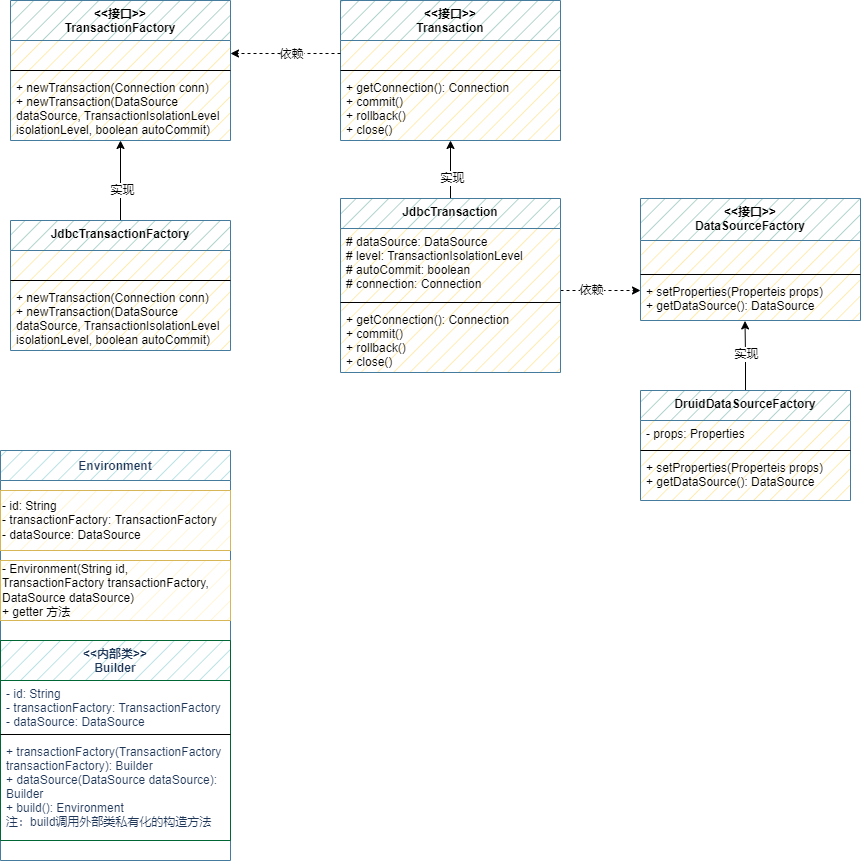
This is wzz-mybatis/mybatis-step04-解析数据源并获取连接.drawio.png from wsxzei/markdown-photos, a draw.io export, as it was before one commit. Source tidied: cells renumbered, new cells last; positions are measured from the earlier drawing's top-left corner, leaving out a move shared by most shapes. Its diagram source:
```xml
<mxGraphModel>
  <root>
    <mxCell id="0" />
    <mxCell id="1" parent="0" />
    <mxCell id="2" style="edgeStyle=orthogonalEdgeStyle;rounded=0;jettySize=auto;html=1;" parent="1" edge="1" source="4" target="8">
      <mxGeometry relative="1" as="geometry" />
    </mxCell>
    <mxCell id="3" value="实现" style="edgeLabel;html=1;align=center;verticalAlign=middle;" parent="2" vertex="1">
      <mxGeometry x="-0.22" y="-1" relative="1" as="geometry" />
    </mxCell>
    <mxCell id="4" value="JdbcTransactionFactory" style="swimlane;fontStyle=1;align=center;verticalAlign=top;horizontal=1;startSize=30;gradientColor=none;swimlaneFillColor=#FFE599;fillStyle=hatch;fillColor=#9AC7BF;strokeColor=#457B9D;" parent="1" vertex="1">
      <mxGeometry x="10" y="220" width="220" height="130" as="geometry" />
    </mxCell>
    <mxCell id="5" value=" " style="text;strokeColor=none;fillColor=none;align=left;verticalAlign=top;spacingLeft=4;spacingRight=4;overflow=hidden;" parent="4" vertex="1">
      <mxGeometry y="30" width="220" height="26" as="geometry" />
    </mxCell>
    <mxCell id="6" style="line;strokeWidth=1;fillColor=none;align=left;verticalAlign=middle;spacingTop=-1;spacingLeft=3;spacingRight=3;labelPosition=right;" parent="4" vertex="1">
      <mxGeometry y="56" width="220" height="8" as="geometry" />
    </mxCell>
    <mxCell id="7" value="+ newTransaction(Connection conn)&#10;+ newTransaction(DataSource &#10;dataSource, TransactionIsolationLevel &#10;isolationLevel, boolean autoCommit)" style="text;strokeColor=none;fillColor=none;align=left;verticalAlign=top;spacingLeft=4;spacingRight=4;overflow=hidden;" parent="4" vertex="1">
      <mxGeometry y="64" width="220" height="66" as="geometry" />
    </mxCell>
    <mxCell id="8" value="&lt;&lt;接口&gt;&gt;&#10;TransactionFactory" style="swimlane;fontStyle=1;align=center;verticalAlign=top;horizontal=1;startSize=40;gradientColor=none;swimlaneFillColor=#FFE599;fillStyle=hatch;fillColor=#9AC7BF;strokeColor=#457B9D;" parent="1" vertex="1">
      <mxGeometry x="10" width="220" height="140" as="geometry" />
    </mxCell>
    <mxCell id="9" value=" " style="text;strokeColor=none;fillColor=none;align=left;verticalAlign=top;spacingLeft=4;spacingRight=4;overflow=hidden;points=[[0,0.5],[1,0.5]];portConstraint=eastwest;" parent="8" vertex="1">
      <mxGeometry y="40" width="220" height="26" as="geometry" />
    </mxCell>
    <mxCell id="10" style="line;strokeWidth=1;fillColor=none;align=left;verticalAlign=middle;spacingTop=-1;spacingLeft=3;spacingRight=3;labelPosition=right;" parent="8" vertex="1">
      <mxGeometry y="66" width="220" height="8" as="geometry" />
    </mxCell>
    <mxCell id="11" value="+ newTransaction(Connection conn)&#10;+ newTransaction(DataSource &#10;dataSource, TransactionIsolationLevel &#10;isolationLevel, boolean autoCommit)" style="text;strokeColor=none;fillColor=none;align=left;verticalAlign=top;spacingLeft=4;spacingRight=4;overflow=hidden;" parent="8" vertex="1">
      <mxGeometry y="74" width="220" height="66" as="geometry" />
    </mxCell>
    <mxCell id="12" value="&lt;&lt;接口&gt;&gt;&#10;Transaction" style="swimlane;fontStyle=1;align=center;verticalAlign=top;horizontal=1;startSize=40;gradientColor=none;swimlaneFillColor=#FFE599;fillStyle=hatch;fillColor=#9AC7BF;strokeColor=#457B9D;" parent="1" vertex="1">
      <mxGeometry x="340" width="220" height="140" as="geometry" />
    </mxCell>
    <mxCell id="13" value=" " style="text;strokeColor=none;fillColor=none;align=left;verticalAlign=top;spacingLeft=4;spacingRight=4;overflow=hidden;points=[[0,0.5],[1,0.5]];portConstraint=eastwest;" parent="12" vertex="1">
      <mxGeometry y="40" width="220" height="26" as="geometry" />
    </mxCell>
    <mxCell id="14" style="line;strokeWidth=1;fillColor=none;align=left;verticalAlign=middle;spacingTop=-1;spacingLeft=3;spacingRight=3;labelPosition=right;" parent="12" vertex="1">
      <mxGeometry y="66" width="220" height="8" as="geometry" />
    </mxCell>
    <mxCell id="15" value="+ getConnection(): Connection&#10;+ commit()&#10;+ rollback()&#10;+ close()" style="text;strokeColor=none;fillColor=none;align=left;verticalAlign=top;spacingLeft=4;spacingRight=4;overflow=hidden;points=[[0,0.5],[1,0.5]];portConstraint=eastwest;" parent="12" vertex="1">
      <mxGeometry y="74" width="220" height="66" as="geometry" />
    </mxCell>
    <mxCell id="16" style="edgeStyle=orthogonalEdgeStyle;rounded=0;jettySize=auto;html=1;entryX=0.5;entryY=1;entryDx=0;entryDy=0;entryPerimeter=0;" parent="1" edge="1" source="20" target="15">
      <mxGeometry relative="1" as="geometry" />
    </mxCell>
    <mxCell id="17" value="实现" style="edgeLabel;html=1;align=center;verticalAlign=middle;" parent="16" vertex="1">
      <mxGeometry x="-0.26" y="-1" relative="1" as="geometry" />
    </mxCell>
    <mxCell id="18" style="edgeStyle=orthogonalEdgeStyle;rounded=0;jettySize=auto;html=1;dashed=1;" parent="1" edge="1" source="20" target="26">
      <mxGeometry relative="1" as="geometry">
        <Array as="points">
          <mxPoint x="590" y="290" />
          <mxPoint x="590" y="290" />
        </Array>
      </mxGeometry>
    </mxCell>
    <mxCell id="19" value="依赖" style="edgeLabel;html=1;align=center;verticalAlign=middle;" parent="18" vertex="1">
      <mxGeometry x="-0.26" y="1" relative="1" as="geometry" />
    </mxCell>
    <mxCell id="20" value="JdbcTransaction" style="swimlane;fontStyle=1;align=center;verticalAlign=top;horizontal=1;startSize=30;gradientColor=none;swimlaneFillColor=#FFE599;fillStyle=hatch;fillColor=#9AC7BF;strokeColor=#457B9D;" parent="1" vertex="1">
      <mxGeometry x="340" y="198" width="220" height="174" as="geometry" />
    </mxCell>
    <mxCell id="21" value="# dataSource: DataSource&#10;# level: TransactionIsolationLevel&#10;# autoCommit: boolean&#10;# connection: Connection" style="text;strokeColor=none;fillColor=none;align=left;verticalAlign=top;spacingLeft=4;spacingRight=4;overflow=hidden;" parent="20" vertex="1">
      <mxGeometry y="30" width="220" height="70" as="geometry" />
    </mxCell>
    <mxCell id="22" style="line;strokeWidth=1;fillColor=none;align=left;verticalAlign=middle;spacingTop=-1;spacingLeft=3;spacingRight=3;labelPosition=right;" parent="20" vertex="1">
      <mxGeometry y="100" width="220" height="8" as="geometry" />
    </mxCell>
    <mxCell id="23" value="+ getConnection(): Connection&#10;+ commit()&#10;+ rollback()&#10;+ close() " style="text;strokeColor=none;fillColor=none;align=left;verticalAlign=top;spacingLeft=4;spacingRight=4;overflow=hidden;" parent="20" vertex="1">
      <mxGeometry y="108" width="220" height="66" as="geometry" />
    </mxCell>
    <mxCell id="24" style="edgeStyle=orthogonalEdgeStyle;rounded=0;jettySize=auto;html=1;exitX=0;exitY=0.5;exitDx=0;exitDy=0;entryX=1;entryY=0.5;entryDx=0;entryDy=0;dashed=1;" parent="1" edge="1" source="13" target="9">
      <mxGeometry relative="1" as="geometry" />
    </mxCell>
    <mxCell id="25" value="依赖" style="edgeLabel;html=1;align=center;verticalAlign=middle;" parent="24" vertex="1">
      <mxGeometry x="0.17" y="2" relative="1" as="geometry">
        <mxPoint x="14" y="-2" as="offset" />
      </mxGeometry>
    </mxCell>
    <mxCell id="26" value="&lt;&lt;接口&gt;&gt;&#10;DataSourceFactory" style="swimlane;fontStyle=1;align=center;verticalAlign=top;horizontal=1;startSize=42;gradientColor=none;swimlaneFillColor=#FFE599;fillStyle=hatch;fillColor=#9AC7BF;strokeColor=#457B9D;" parent="1" vertex="1">
      <mxGeometry x="640" y="198" width="220" height="122" as="geometry" />
    </mxCell>
    <mxCell id="27" value=" " style="text;strokeColor=none;fillColor=none;align=left;verticalAlign=top;spacingLeft=4;spacingRight=4;overflow=hidden;" parent="26" vertex="1">
      <mxGeometry y="42" width="220" height="30" as="geometry" />
    </mxCell>
    <mxCell id="28" style="line;strokeWidth=1;fillColor=none;align=left;verticalAlign=middle;spacingTop=-1;spacingLeft=3;spacingRight=3;labelPosition=right;" parent="26" vertex="1">
      <mxGeometry y="72" width="220" height="8" as="geometry" />
    </mxCell>
    <mxCell id="29" value="+ setProperties(Properteis props)&#10;+ getDataSource(): DataSource" style="text;strokeColor=none;fillColor=none;align=left;verticalAlign=top;spacingLeft=4;spacingRight=4;overflow=hidden;points=[[0,0.5],[1,0.5]];portConstraint=eastwest;" parent="26" vertex="1">
      <mxGeometry y="80" width="220" height="42" as="geometry" />
    </mxCell>
    <mxCell id="30" style="edgeStyle=orthogonalEdgeStyle;rounded=0;jettySize=auto;html=1;entryX=0.475;entryY=1.01;entryDx=0;entryDy=0;entryPerimeter=0;" parent="1" edge="1" source="32" target="29">
      <mxGeometry relative="1" as="geometry" />
    </mxCell>
    <mxCell id="31" value="实现" style="edgeLabel;html=1;align=center;verticalAlign=middle;" parent="30" vertex="1">
      <mxGeometry x="-0.27" relative="1" as="geometry">
        <mxPoint y="-11" as="offset" />
      </mxGeometry>
    </mxCell>
    <mxCell id="32" value="DruidDataSourceFactory" style="swimlane;fontStyle=1;align=center;verticalAlign=top;horizontal=1;startSize=30;gradientColor=none;swimlaneFillColor=#FFE599;fillStyle=hatch;fillColor=#9AC7BF;strokeColor=#457B9D;" parent="1" vertex="1">
      <mxGeometry x="640" y="390" width="210" height="110" as="geometry" />
    </mxCell>
    <mxCell id="33" value="- props: Properties" style="text;strokeColor=none;fillColor=none;align=left;verticalAlign=top;spacingLeft=4;spacingRight=4;overflow=hidden;" parent="32" vertex="1">
      <mxGeometry y="30" width="210" height="26" as="geometry" />
    </mxCell>
    <mxCell id="34" style="line;strokeWidth=1;fillColor=none;align=left;verticalAlign=middle;spacingTop=-1;spacingLeft=3;spacingRight=3;labelPosition=right;" parent="32" vertex="1">
      <mxGeometry y="56" width="210" height="8" as="geometry" />
    </mxCell>
    <mxCell id="35" value="+ setProperties(Properteis props)&#10;+ getDataSource(): DataSource" style="text;strokeColor=none;fillColor=none;align=left;verticalAlign=top;spacingLeft=4;spacingRight=4;overflow=hidden;" parent="32" vertex="1">
      <mxGeometry y="64" width="210" height="46" as="geometry" />
    </mxCell>
    <mxCell id="36" value="Environment" style="swimlane;startSize=30;align=center;fillColor=#A8DADC;strokeColor=#457B9D;fontColor=#1D3557;fillStyle=hatch;" parent="1" vertex="1">
      <mxGeometry y="450" width="230" height="410" as="geometry" />
    </mxCell>
    <mxCell id="37" value="&lt;span style=&quot;&quot;&gt;- id: String&lt;/span&gt;&lt;br style=&quot;padding: 0px; margin: 0px;&quot;&gt;&lt;span style=&quot;&quot;&gt;- transactionFactory: TransactionFactory&lt;/span&gt;&lt;br style=&quot;padding: 0px; margin: 0px;&quot;&gt;&lt;span style=&quot;&quot;&gt;- dataSource: DataSource&lt;/span&gt;" style="text;html=1;strokeColor=#d6b656;fillColor=#fff2cc;align=left;verticalAlign=middle;whiteSpace=wrap;rounded=0;fillStyle=hatch;" parent="36" vertex="1">
      <mxGeometry y="40" width="230" height="60" as="geometry" />
    </mxCell>
    <mxCell id="38" value="&lt;&lt;内部类&gt;&gt;&#10;Builder" style="swimlane;fontStyle=1;align=center;verticalAlign=top;horizontal=1;startSize=40;fontColor=#1D3557;strokeColor=#006633;fillColor=#A8DADC;fillStyle=hatch;" parent="36" vertex="1">
      <mxGeometry y="190" width="230" height="200" as="geometry" />
    </mxCell>
    <mxCell id="39" value="- id: String&#10;- transactionFactory: TransactionFactory&#10;- dataSource: DataSource" style="text;strokeColor=none;fillColor=none;align=left;verticalAlign=top;spacingLeft=4;spacingRight=4;overflow=hidden;fontColor=#1D3557;fillStyle=hatch;" parent="38" vertex="1">
      <mxGeometry y="40" width="230" height="50" as="geometry" />
    </mxCell>
    <mxCell id="40" style="line;strokeWidth=1;fillColor=none;align=left;verticalAlign=middle;spacingTop=-1;spacingLeft=3;spacingRight=3;labelPosition=right;fontColor=#1D3557;fillStyle=hatch;" parent="38" vertex="1">
      <mxGeometry y="90" width="230" height="8" as="geometry" />
    </mxCell>
    <mxCell id="41" value="+ transactionFactory(TransactionFactory &#10;transactionFactory): Builder&#10;+ dataSource(DataSource dataSource):&#10;Builder&#10;+ build(): Environment&#10;注：build调用外部类私有化的构造方法" style="text;strokeColor=none;fillColor=none;align=left;verticalAlign=top;spacingLeft=4;spacingRight=4;overflow=hidden;fontColor=#1D3557;fillStyle=hatch;" parent="38" vertex="1">
      <mxGeometry y="98" width="230" height="102" as="geometry" />
    </mxCell>
    <mxCell id="42" value="- Environment(String id,&lt;br&gt;TransactionFactory transactionFactory, DataSource dataSource)&lt;br&gt;+ getter 方法" style="text;html=1;strokeColor=#d6b656;fillColor=#fff2cc;align=left;verticalAlign=middle;whiteSpace=wrap;rounded=0;fillStyle=hatch;" parent="36" vertex="1">
      <mxGeometry y="110" width="230" height="60" as="geometry" />
    </mxCell>
  </root>
</mxGraphModel>
```
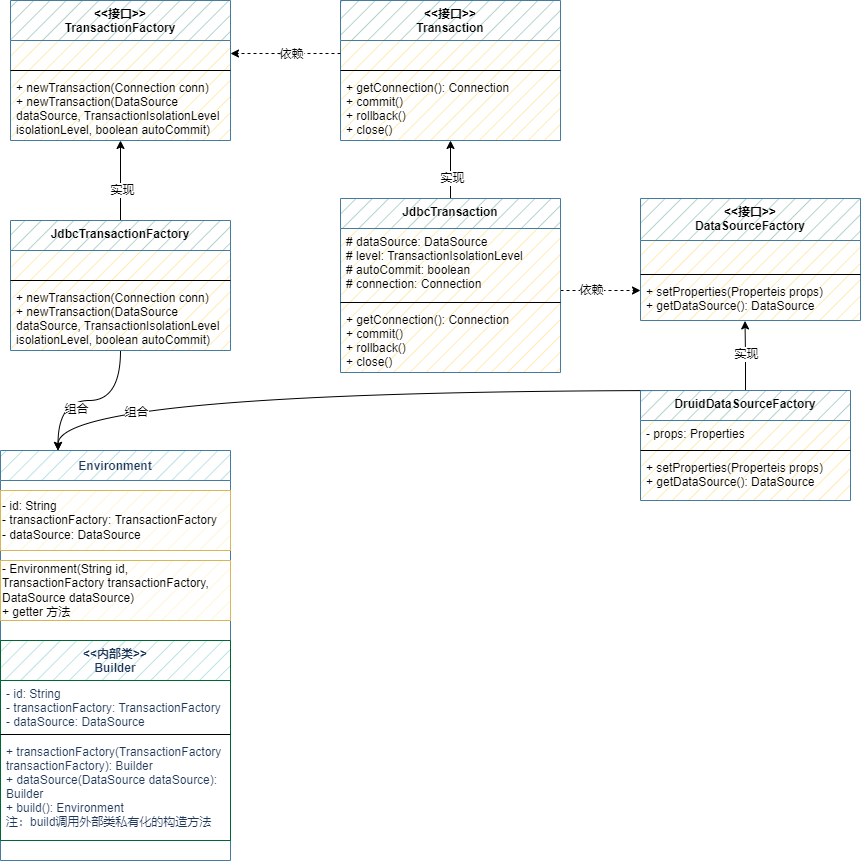
After the change.

Commit message:
更新mybatis-step04-解析数据源并获取连接.drawio.png

What changed in the source:
```diff
@@ -8,6 +8,12 @@
     <mxCell id="3" value="实现" style="edgeLabel;html=1;align=center;verticalAlign=middle;" parent="2" vertex="1">
       <mxGeometry x="-0.22" y="-1" relative="1" as="geometry" />
     </mxCell>
+    <mxCell id="43" style="edgeStyle=orthogonalEdgeStyle;rounded=0;jettySize=auto;html=1;entryX=0.25;entryY=0;entryDx=0;entryDy=0;curved=1;" parent="1" edge="1" source="4" target="36">
+      <mxGeometry relative="1" as="geometry" />
+    </mxCell>
+    <mxCell id="44" value="组合" style="edgeLabel;html=1;align=center;verticalAlign=middle;" parent="43" vertex="1">
+      <mxGeometry x="0.17" y="8" relative="1" as="geometry" />
+    </mxCell>
     <mxCell id="4" value="JdbcTransactionFactory" style="swimlane;fontStyle=1;align=center;verticalAlign=top;horizontal=1;startSize=30;gradientColor=none;swimlaneFillColor=#FFE599;fillStyle=hatch;fillColor=#9AC7BF;strokeColor=#457B9D;" parent="1" vertex="1">
       <mxGeometry x="10" y="220" width="220" height="130" as="geometry" />
     </mxCell>
@@ -101,6 +107,16 @@
         <mxPoint y="-11" as="offset" />
       </mxGeometry>
     </mxCell>
+    <mxCell id="45" style="edgeStyle=orthogonalEdgeStyle;curved=1;rounded=0;jettySize=auto;html=1;exitX=0.25;exitY=0;exitDx=0;exitDy=0;entryX=0.25;entryY=0;entryDx=0;entryDy=0;" parent="1" edge="1" source="32" target="36">
+      <mxGeometry relative="1" as="geometry">
+        <Array as="points">
+          <mxPoint x="58" y="390" />
+        </Array>
+      </mxGeometry>
+    </mxCell>
+    <mxCell id="46" value="组合" style="edgeLabel;html=1;align=center;verticalAlign=middle;" parent="45" vertex="1">
+      <mxGeometry x="0.6" y="21" relative="1" as="geometry" />
+    </mxCell>
     <mxCell id="32" value="DruidDataSourceFactory" style="swimlane;fontStyle=1;align=center;verticalAlign=top;horizontal=1;startSize=30;gradientColor=none;swimlaneFillColor=#FFE599;fillStyle=hatch;fillColor=#9AC7BF;strokeColor=#457B9D;" parent="1" vertex="1">
       <mxGeometry x="640" y="390" width="210" height="110" as="geometry" />
     </mxCell>
```
